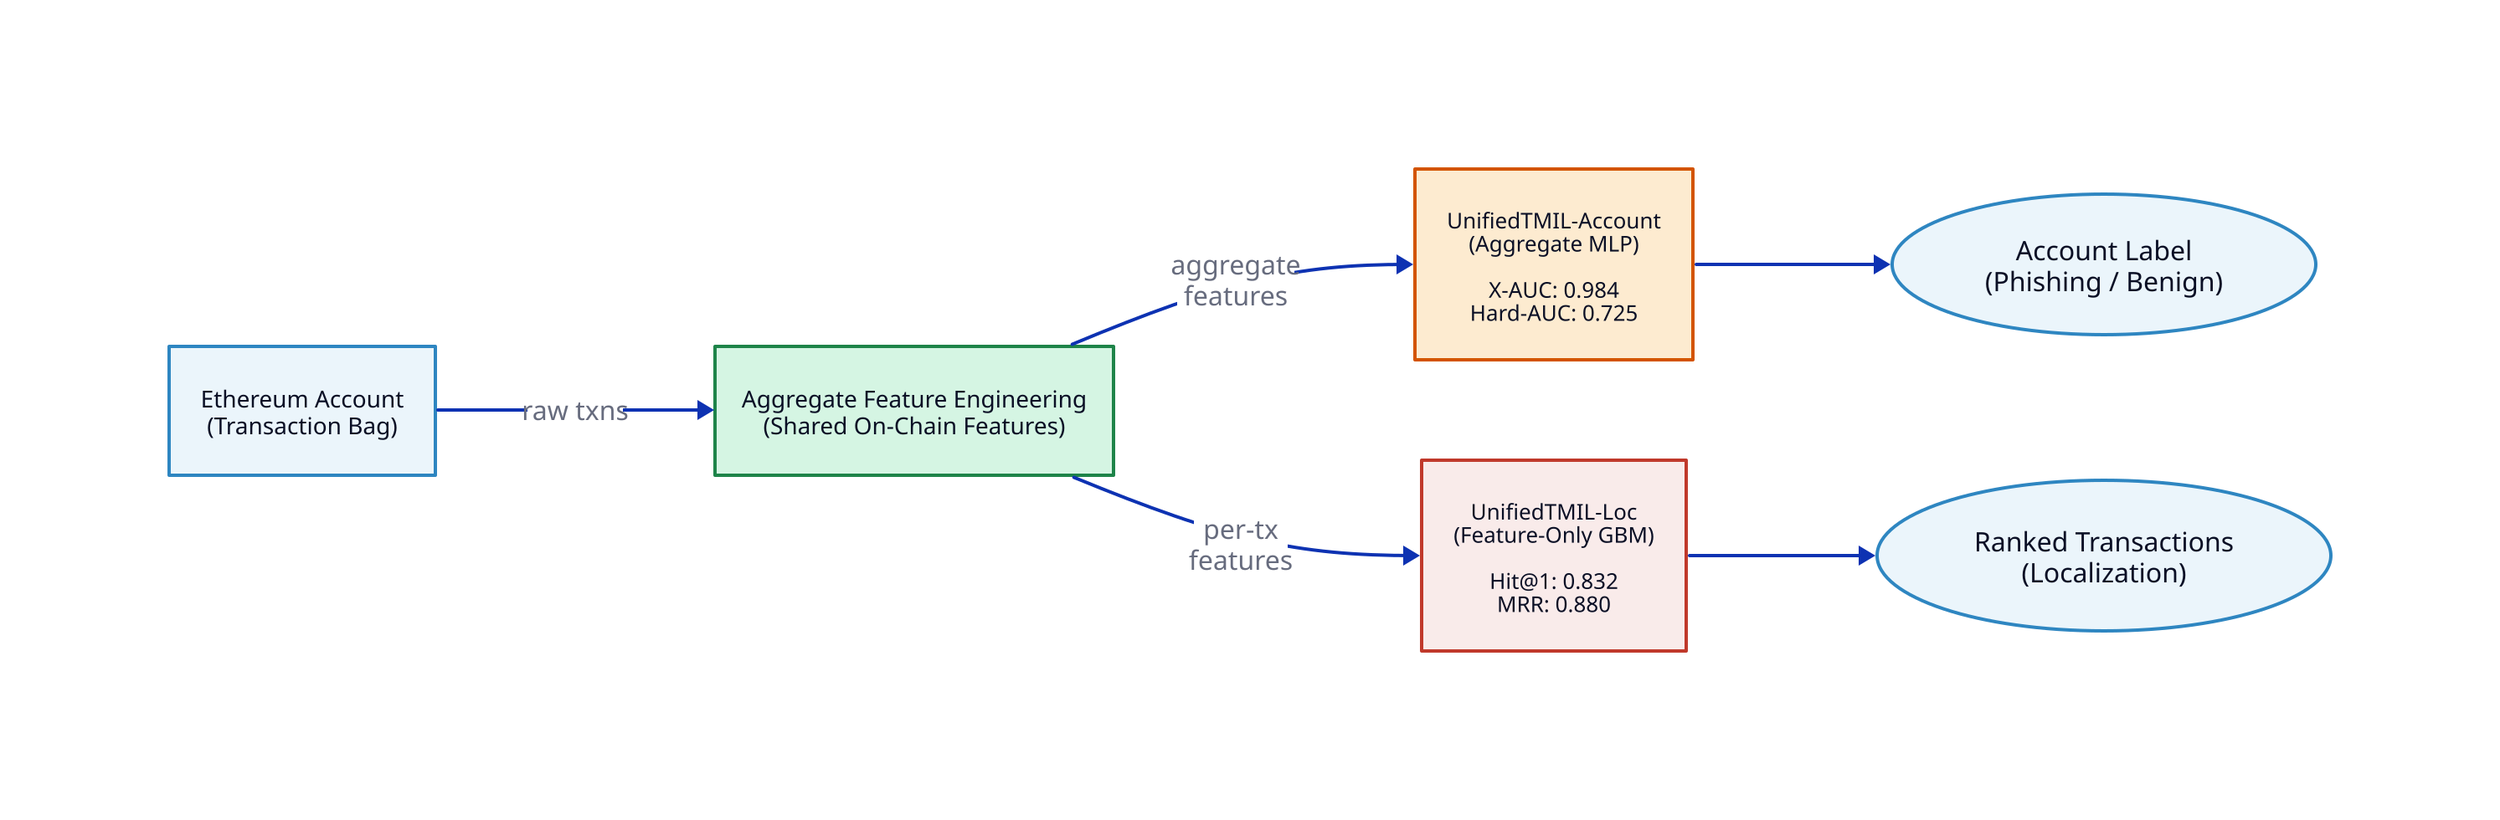
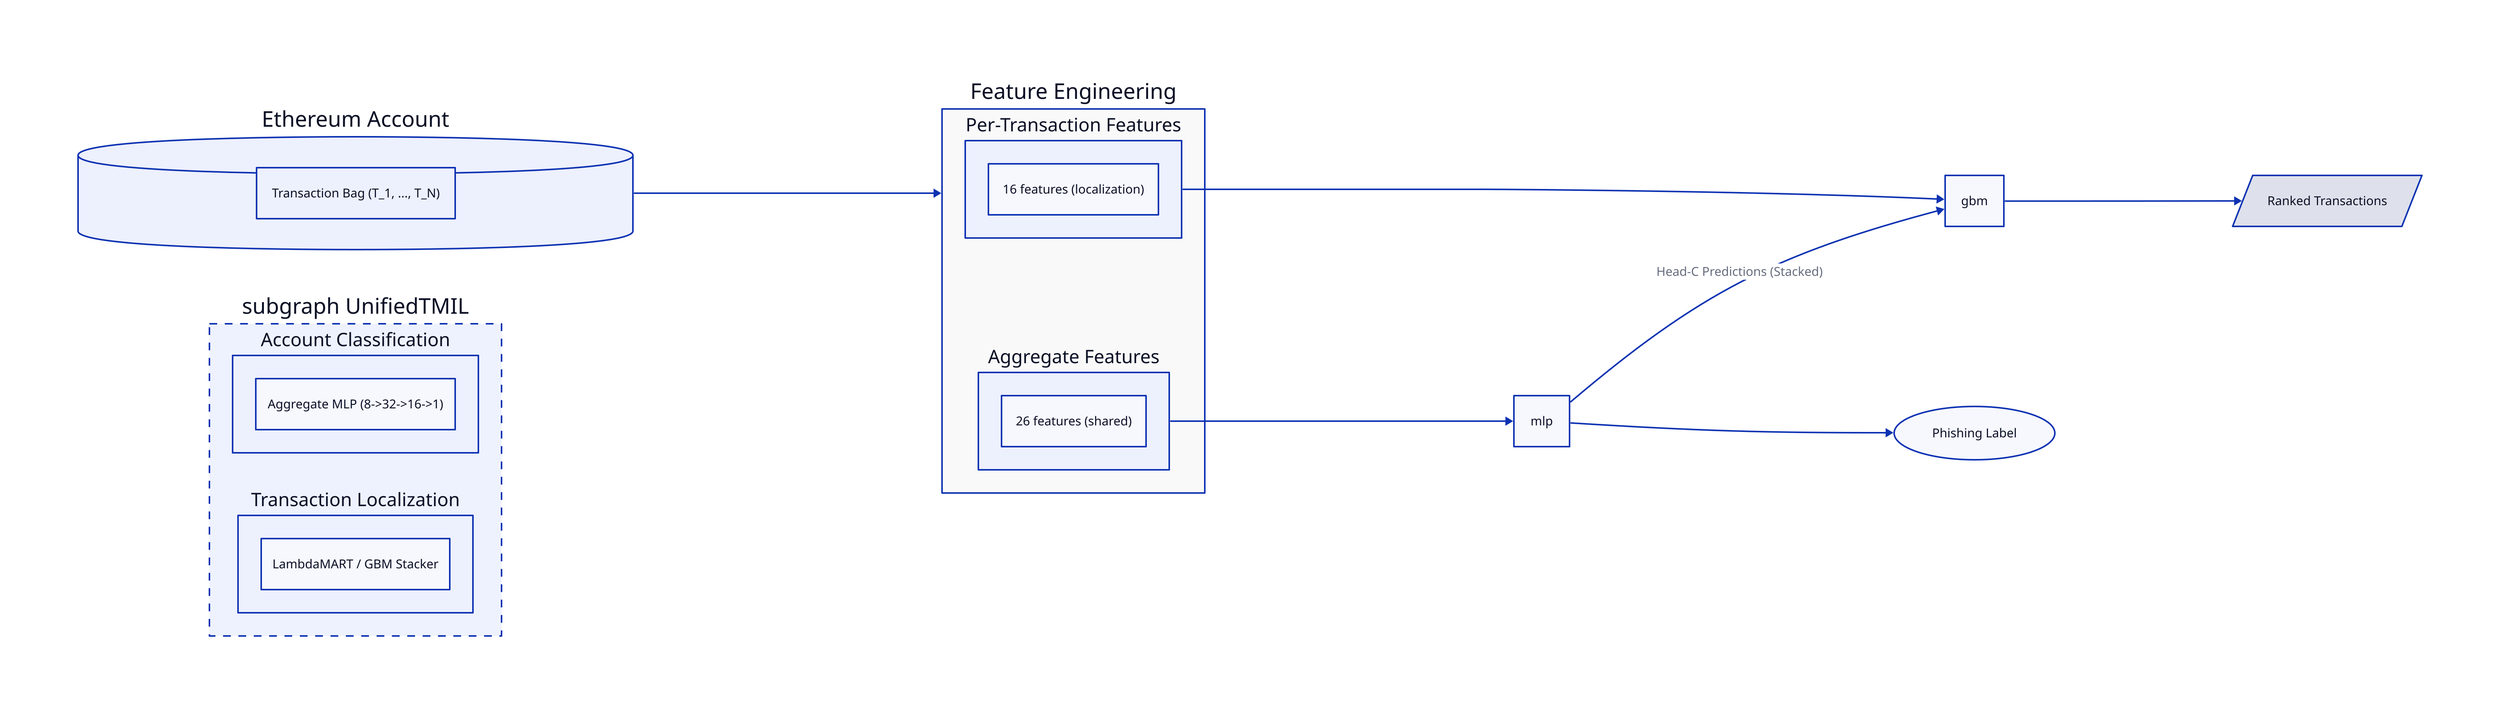
direction: right

- input: {
-   label: "Ethereum Account\n(Transaction Bag)"
-   shape: rectangle
-   style.fill: "#EBF5FB"
-   style.stroke: "#2E86C1"
-   style.font-size: 14
+ account: Ethereum Account {
+   shape: cylinder
+   description: "Transaction Bag (T_1, ..., T_N)"
}

- fe: {
-   label: "Aggregate Feature Engineering\n(Shared On-Chain Features)"
+ fe: Feature Engineering {
  shape: rectangle
-   style.fill: "#D5F5E3"
-   style.stroke: "#1E8449"
-   style.font-size: 14
+   style: {
+     stroke-width: 2
+     fill: "#f9f9f9"
+   }
+ 
+   agg: Aggregate Features {
+     description: "26 features (shared)"
+   }
+ 
+   tx: Per-Transaction Features {
+     description: "16 features (localization)"
+   }
}

- account: {
-   label: "UnifiedTMIL-Account\n(Aggregate MLP)\n\nX-AUC: 0.984\nHard-AUC: 0.725"
-   shape: rectangle
-   style.fill: "#FDEBD0"
-   style.stroke: "#D35400"
-   style.font-size: 13
+ account -> fe
+ 
+ subgraph UnifiedTMIL {
+   style: {
+     stroke-width: 2
+     stroke-dash: 5
+     fill: "#eef2ff"
+   }
+ 
+   mlp: Account Classification {
+     shape: rectangle
+     description: "Aggregate MLP (8->32->16->1)"
+   }
+ 
+   gbm: Transaction Localization {
+     shape: rectangle
+     description: "LambdaMART / GBM Stacker"
+   }
}

- loc: {
-   label: "UnifiedTMIL-Loc\n(Feature-Only GBM)\n\nHit@1: 0.832\nMRR: 0.880"
-   shape: rectangle
-   style.fill: "#F9EBEA"
-   style.stroke: "#C0392B"
-   style.font-size: 13
+ fe.agg -> mlp
+ fe.tx -> gbm
+ mlp -> gbm: "Head-C Predictions (Stacked)"
+ 
+ output: {
+   label: Phishing Label
+   shape: oval
}

- out1: {
-   label: "Account Label\n(Phishing / Benign)"
-   shape: oval
-   style.fill: "#EBF5FB"
-   style.stroke: "#2E86C1"
+ ranked: {
+   label: Ranked Transactions
+   shape: parallelogram
}

- out2: {
-   label: "Ranked Transactions\n(Localization)"
-   shape: oval
-   style.fill: "#EBF5FB"
-   style.stroke: "#2E86C1"
- }
- 
- input -> fe: {label: "raw txns"}
- fe -> account: {label: "aggregate\nfeatures"}
- fe -> loc: {label: "per-tx\nfeatures"}
- account -> out1
- loc -> out2
+ mlp -> output
+ gbm -> ranked
